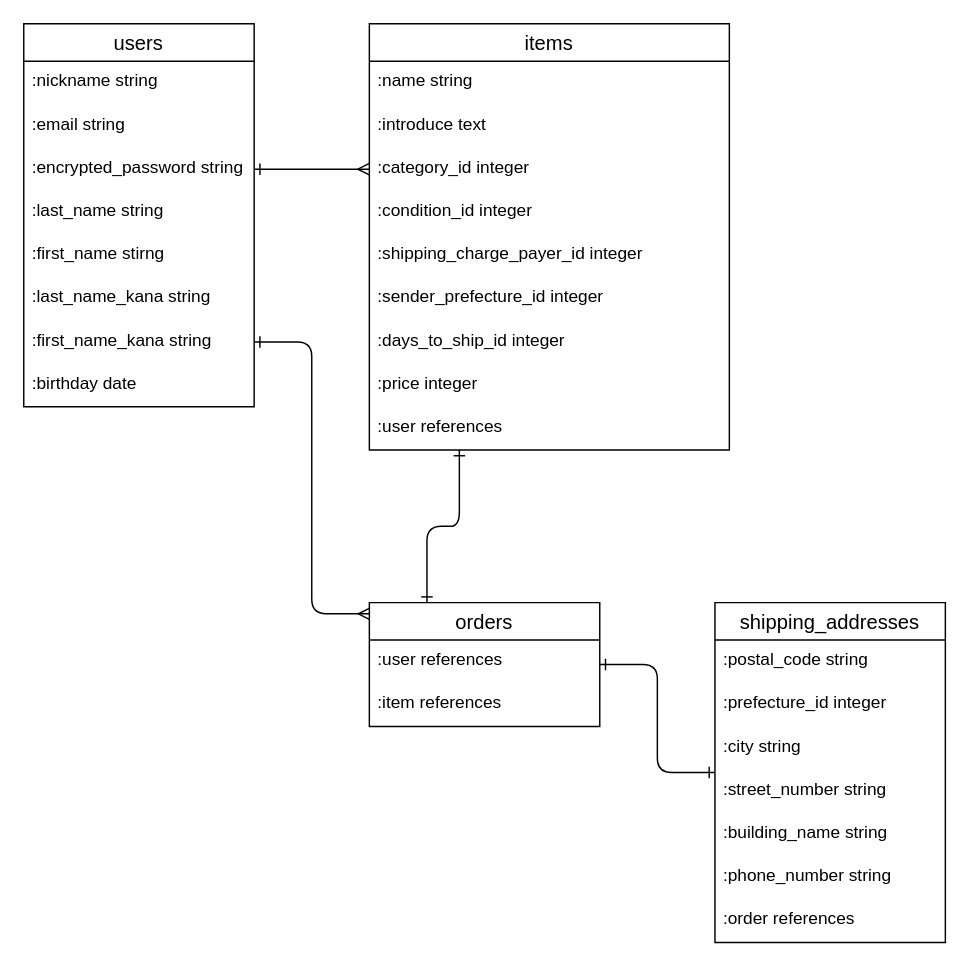
Before: ERD.dio in JIZAEMON/furima-39979, a draw.io diagram. Source tidied: cells renumbered, new cells numbered last; positions are measured from the earlier drawing's top-left corner, leaving out a move shared by most shapes. Both pictures are drawn from the tidied source at 144%, with x=0, y=0 at pixel (23, 23).
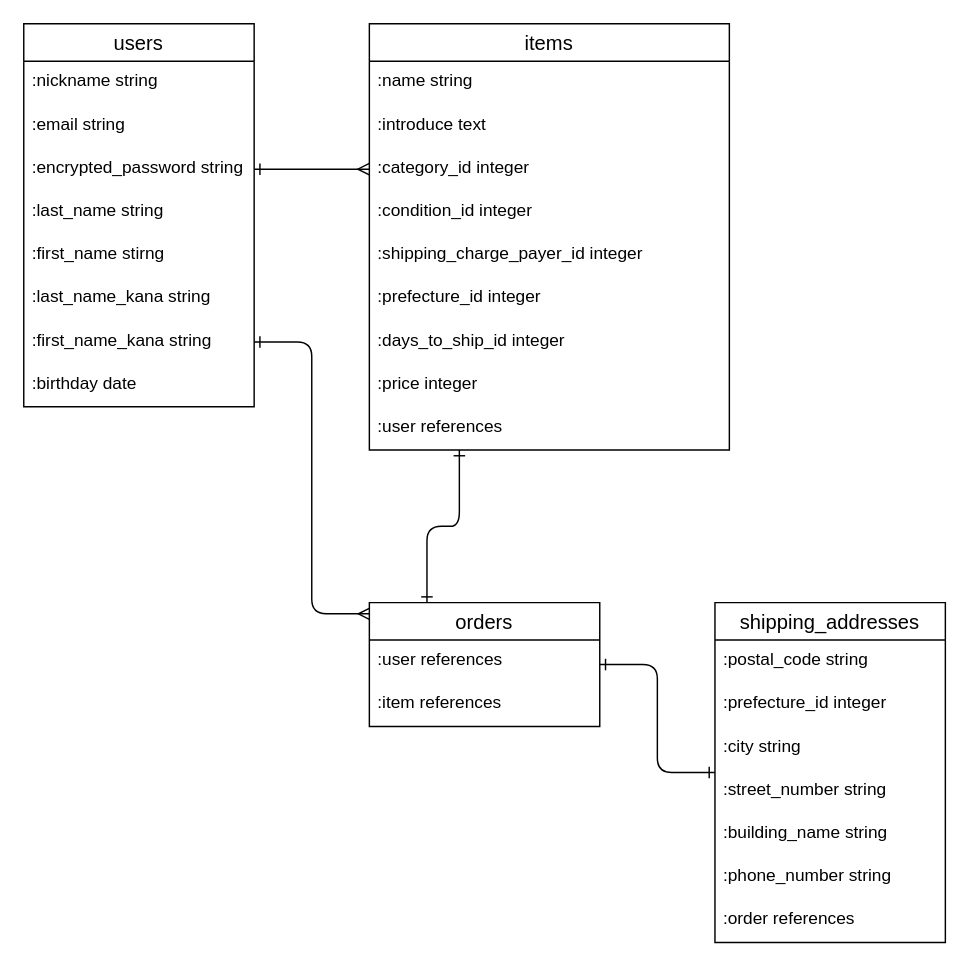
The same diagram, later.

The change refers to these unchanged cells:
```xml
<mxCell id="2" value="items" style="swimlane;fontStyle=0;horizontal=1;startSize=26;align=center;fontSize=14;" parent="1" vertex="1">
  <mxGeometry x="240" width="250" height="296" as="geometry" />
</mxCell>
```

What changed in the source:
```diff
@@
-    <mxCell id="8" value=":sender_prefecture_id integer" style="text;strokeColor=none;fillColor=none;spacingLeft=4;spacingRight=4;overflow=hidden;fontSize=12;" parent="2" vertex="1">
+    <mxCell id="8" value=":prefecture_id integer" style="text;strokeColor=none;fillColor=none;spacingLeft=4;spacingRight=4;overflow=hidden;fontSize=12;" parent="2" vertex="1">
       <mxGeometry y="176" width="250" height="30" as="geometry" />
     </mxCell>
```
